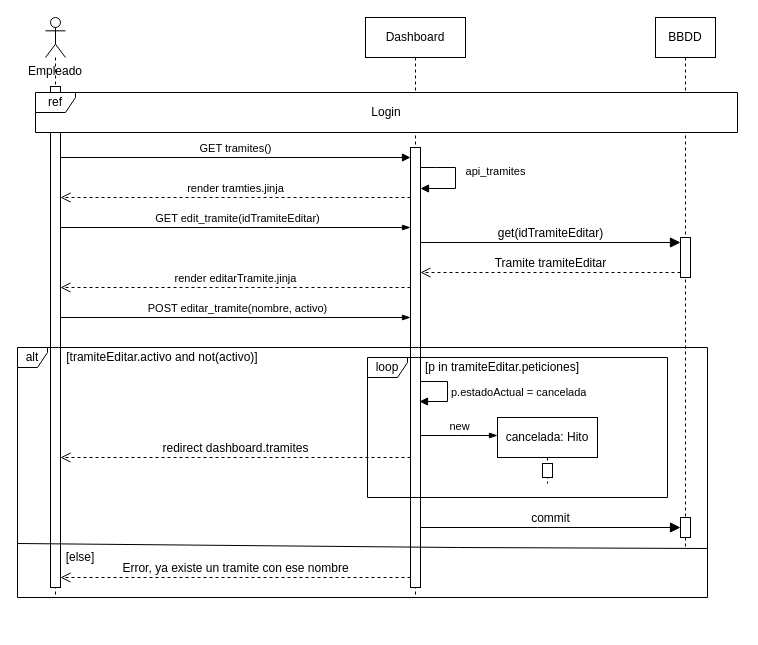
Earlier version of the draw.io diagram page "Secuencia Desactivar Tramite" (15 of 15) of documents/img/diagramas/TFG.drawio (humaral/tfg). Source tidied: cells renumbered, new cells numbered last; positions are measured from the earlier drawing's top-left corner, leaving out a move shared by most shapes. Both pictures are drawn from the tidied source at 100%, with x=0, y=0 at pixel (17, 17).
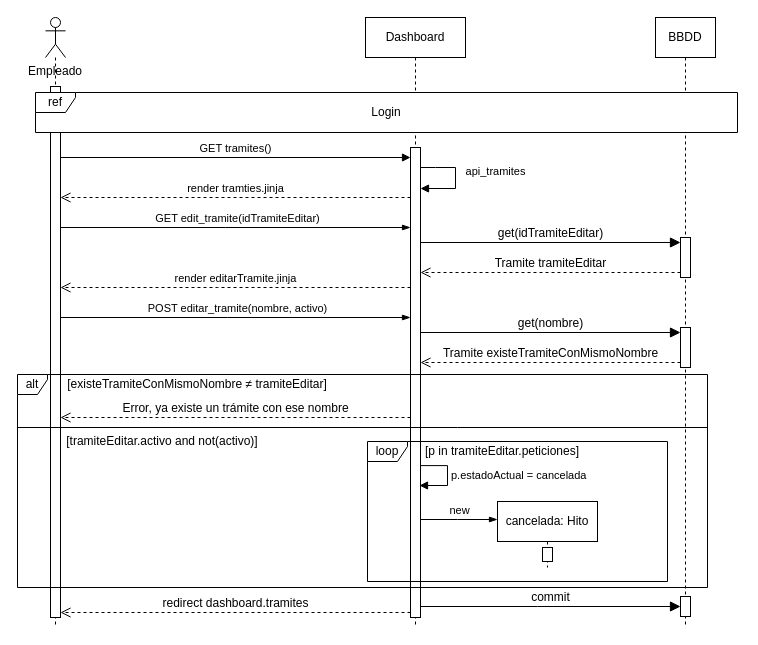
The same page after the edit.

Commit message:
fix diagrama secuencia editar tramite

The edit, as a diff of the source:
```diff
@@
     <mxCell id="2" style="shape=umlLifeline;perimeter=lifelinePerimeter;whiteSpace=wrap;html=1;newEdgeStyle={&quot;curved&quot;:0,&quot;rounded&quot;:0};participant=umlActor;" parent="1" vertex="1">
-      <mxGeometry x="28" width="20" height="580" as="geometry" />
+      <mxGeometry x="28" width="20" height="610" as="geometry" />
     </mxCell>
     <mxCell id="3" style="html=1;points=[[0,0,0,0,5],[0,1,0,0,-5],[1,0,0,0,5],[1,1,0,0,-5]];perimeter=orthogonalPerimeter;outlineConnect=0;targetShapes=umlLifeline;portConstraint=eastwest;newEdgeStyle={&quot;curved&quot;:0,&quot;rounded&quot;:0};" parent="2" vertex="1">
-      <mxGeometry x="5" y="69" width="10" height="501" as="geometry" />
+      <mxGeometry x="5" y="69" width="10" height="531" as="geometry" />
     </mxCell>
     <mxCell id="4" value="Dashboard" style="shape=umlLifeline;perimeter=lifelinePerimeter;whiteSpace=wrap;html=1;newEdgeStyle={&quot;edgeStyle&quot;:&quot;elbowEdgeStyle&quot;,&quot;elbow&quot;:&quot;vertical&quot;,&quot;curved&quot;:0,&quot;rounded&quot;:0};" parent="1" vertex="1">
-      <mxGeometry x="348" width="100" height="580" as="geometry" />
+      <mxGeometry x="348" width="100" height="610" as="geometry" />
     </mxCell>
     <mxCell id="5" style="html=1;points=[[0,0,0,0,5],[0,1,0,0,-5],[1,0,0,0,5],[1,1,0,0,-5]];perimeter=orthogonalPerimeter;outlineConnect=0;targetShapes=umlLifeline;portConstraint=eastwest;newEdgeStyle={&quot;curved&quot;:0,&quot;rounded&quot;:0};" parent="4" vertex="1">
-      <mxGeometry x="45" y="130" width="10" height="440" as="geometry" />
+      <mxGeometry x="45" y="130" width="10" height="470" as="geometry" />
     </mxCell>
@@
     <mxCell id="9" value="BBDD" style="shape=umlLifeline;perimeter=lifelinePerimeter;whiteSpace=wrap;html=1;newEdgeStyle={&quot;curved&quot;:0,&quot;rounded&quot;:0};" parent="1" vertex="1">
-      <mxGeometry x="638" width="60" height="530" as="geometry" />
+      <mxGeometry x="638" width="60" height="610" as="geometry" />
     </mxCell>
@@
+    <mxCell id="37" style="html=1;points=[[0,0,0,0,5],[0,1,0,0,-5],[1,0,0,0,5],[1,1,0,0,-5]];perimeter=orthogonalPerimeter;outlineConnect=0;targetShapes=umlLifeline;portConstraint=eastwest;newEdgeStyle={&quot;curved&quot;:0,&quot;rounded&quot;:0};" parent="9" vertex="1">
+      <mxGeometry x="25" y="310" width="10" height="40" as="geometry" />
+    </mxCell>
+    <mxCell id="38" value="get(nombre)" style="html=1;verticalAlign=bottom;endArrow=block;curved=0;rounded=0;entryX=0;entryY=0;entryDx=0;entryDy=5;fontSize=12;startSize=8;endSize=8;" parent="9" edge="1" target="37">
+      <mxGeometry relative="1" as="geometry">
+        <mxPoint x="-235" y="315" as="sourcePoint" />
+      </mxGeometry>
+    </mxCell>
+    <mxCell id="39" value="Tramite existeTramiteConMismoNombre" style="html=1;verticalAlign=bottom;endArrow=open;dashed=1;endSize=8;curved=0;rounded=0;exitX=0;exitY=1;exitDx=0;exitDy=-5;fontSize=12;" parent="9" edge="1" source="37">
+      <mxGeometry relative="1" as="geometry">
+        <mxPoint x="-235" y="345" as="targetPoint" />
+      </mxGeometry>
+    </mxCell>
@@
     <mxCell id="21" value="alt" style="shape=umlFrame;whiteSpace=wrap;html=1;width=30;height=20;" parent="1" vertex="1">
-      <mxGeometry y="330" width="690" height="250" as="geometry" />
+      <mxGeometry y="357" width="690" height="213" as="geometry" />
     </mxCell>
-    <mxCell id="22" value="[else]" style="text;strokeColor=none;fillColor=none;align=center;verticalAlign=middle;whiteSpace=wrap;" parent="1" vertex="1">
-      <mxGeometry x="8" y="530" width="110" height="20" as="geometry" />
-    </mxCell>
-    <mxCell id="23" value="Error, ya existe un tramite con ese nombre" style="html=1;verticalAlign=bottom;endArrow=open;dashed=1;endSize=8;curved=0;rounded=0;fontSize=12;" parent="1" edge="1" source="5" target="3">
-      <mxGeometry relative="1" as="geometry">
-        <Array as="points">
-          <mxPoint x="250" y="560" />
-        </Array>
-      </mxGeometry>
-    </mxCell>
     <mxCell id="24" value="[tramiteEditar.activo and not(activo)]" style="text;strokeColor=none;fillColor=none;align=center;verticalAlign=middle;whiteSpace=wrap;" parent="1" vertex="1">
-      <mxGeometry x="40" y="330" width="210" height="20" as="geometry" />
+      <mxGeometry x="40" y="414" width="210" height="20" as="geometry" />
     </mxCell>
-    <mxCell id="25" value="commit" style="html=1;verticalAlign=bottom;endArrow=block;curved=0;rounded=0;fontSize=12;startSize=8;endSize=8;" parent="1" edge="1" source="5" target="30">
+    <mxCell id="25" value="commit" style="html=1;verticalAlign=bottom;endArrow=block;curved=0;rounded=0;fontSize=12;startSize=8;endSize=8;" parent="1" edge="1">
       <mxGeometry relative="1" as="geometry">
+        <mxPoint x="403" y="589" as="sourcePoint" />
+        <mxPoint x="663" y="589" as="targetPoint" />
         <Array as="points">
-          <mxPoint x="520" y="510" />
+          <mxPoint x="520" y="589" />
         </Array>
       </mxGeometry>
     </mxCell>
-    <mxCell id="26" style="edgeStyle=elbowEdgeStyle;fontSize=12;html=1;endArrow=none;endFill=0;rounded=0;exitX=0;exitY=0.784;exitDx=0;exitDy=0;exitPerimeter=0;entryX=1;entryY=0.804;entryDx=0;entryDy=0;entryPerimeter=0;" parent="1" edge="1" source="21" target="21">
-      <mxGeometry relative="1" as="geometry">
-        <Array as="points">
-          <mxPoint x="440" y="530" />
-        </Array>
-      </mxGeometry>
-    </mxCell>
-    <mxCell id="27" value="redirect dashboard.tramites" style="html=1;verticalAlign=bottom;endArrow=open;dashed=1;endSize=8;curved=0;rounded=0;fontSize=12;" parent="1" edge="1" source="5" target="3">
+    <mxCell id="27" value="redirect dashboard.tramites" style="html=1;verticalAlign=bottom;endArrow=open;dashed=1;endSize=8;curved=0;rounded=0;fontSize=12;" parent="1" edge="1">
       <mxGeometry relative="1" as="geometry">
+        <mxPoint x="393" y="595" as="sourcePoint" />
+        <mxPoint x="43" y="595" as="targetPoint" />
         <Array as="points">
-          <mxPoint x="240" y="440" />
+          <mxPoint x="240" y="595" />
         </Array>
       </mxGeometry>
     </mxCell>
     <mxCell id="28" value="loop" style="shape=umlFrame;whiteSpace=wrap;html=1;width=40;height=20;" parent="1" vertex="1">
-      <mxGeometry x="350" y="340" width="300" height="140" as="geometry" />
+      <mxGeometry x="350" y="424" width="300" height="140" as="geometry" />
     </mxCell>
     <mxCell id="29" value="[p in tramiteEditar.peticiones]" style="text;strokeColor=none;fillColor=none;align=center;verticalAlign=middle;whiteSpace=wrap;" parent="1" vertex="1">
-      <mxGeometry x="380" y="340" width="210" height="20" as="geometry" />
+      <mxGeometry x="380" y="424" width="210" height="20" as="geometry" />
     </mxCell>
     <mxCell id="30" style="html=1;points=[[0,0,0,0,5],[0,1,0,0,-5],[1,0,0,0,5],[1,1,0,0,-5]];perimeter=orthogonalPerimeter;outlineConnect=0;targetShapes=umlLifeline;portConstraint=eastwest;newEdgeStyle={&quot;curved&quot;:0,&quot;rounded&quot;:0};" parent="1" vertex="1">
-      <mxGeometry x="663" y="500" width="10" height="20" as="geometry" />
+      <mxGeometry x="663" y="579" width="10" height="20" as="geometry" />
     </mxCell>
     <mxCell id="31" style="edgeStyle=elbowEdgeStyle;fontSize=12;html=1;endArrow=blockThin;endFill=1;rounded=0;" parent="1" edge="1">
       <mxGeometry relative="1" as="geometry">
-        <mxPoint x="403" y="418" as="sourcePoint" />
-        <mxPoint x="480" y="418" as="targetPoint" />
+        <mxPoint x="403" y="502" as="sourcePoint" />
+        <mxPoint x="480" y="502" as="targetPoint" />
         <Array as="points">
-          <mxPoint x="440" y="438" />
+          <mxPoint x="440" y="522" />
         </Array>
       </mxGeometry>
     </mxCell>
@@
-    <mxCell id="33" style="edgeStyle=none;rounded=0;orthogonalLoop=1;jettySize=auto;html=1;curved=0;exitX=0;exitY=0;exitDx=0;exitDy=5;exitPerimeter=0;" parent="1" edge="1">
-      <mxGeometry relative="1" as="geometry">
-        <mxPoint x="715" y="585" as="sourcePoint" />
-        <mxPoint x="715" y="585" as="targetPoint" />
-      </mxGeometry>
-    </mxCell>
     <mxCell id="34" value="cancelada: Hito" style="shape=umlLifeline;perimeter=lifelinePerimeter;whiteSpace=wrap;html=1;newEdgeStyle={&quot;curved&quot;:0,&quot;rounded&quot;:0};" parent="1" vertex="1">
-      <mxGeometry x="480" y="400" width="100" height="66" as="geometry" />
+      <mxGeometry x="480" y="484" width="100" height="66" as="geometry" />
     </mxCell>
@@
-    <mxCell id="36" value="p.estadoActual = cancelada" style="html=1;align=left;spacingLeft=2;endArrow=block;rounded=0;edgeStyle=orthogonalEdgeStyle;curved=0;rounded=0;" parent="1" edge="1" source="5">
+    <mxCell id="36" value="p.estadoActual = cancelada" style="html=1;align=left;spacingLeft=2;endArrow=block;rounded=0;edgeStyle=orthogonalEdgeStyle;curved=0;rounded=0;" parent="1" edge="1">
       <mxGeometry relative="1" as="geometry">
-        <mxPoint x="402" y="384" as="targetPoint" />
+        <mxPoint x="403" y="448.1" as="sourcePoint" />
+        <mxPoint x="402" y="468" as="targetPoint" />
         <Array as="points">
-          <mxPoint x="430" y="364" />
-          <mxPoint x="430" y="384" />
+          <mxPoint x="430" y="448" />
+          <mxPoint x="430" y="468" />
         </Array>
       </mxGeometry>
     </mxCell>
+    <mxCell id="40" style="edgeStyle=elbowEdgeStyle;fontSize=12;html=1;endArrow=none;endFill=0;rounded=0;exitX=0;exitY=0.784;exitDx=0;exitDy=0;exitPerimeter=0;entryX=1;entryY=0.851;entryDx=0;entryDy=0;entryPerimeter=0;" parent="1" edge="1">
+      <mxGeometry relative="1" as="geometry">
+        <mxPoint y="410" as="sourcePoint" />
+        <mxPoint x="690" y="410" as="targetPoint" />
+        <Array as="points">
+          <mxPoint x="440" y="414" />
+        </Array>
+      </mxGeometry>
+    </mxCell>
+    <mxCell id="41" value="[existeTramiteConMismoNombre ≠ tramiteEditar]" style="text;strokeColor=none;fillColor=none;align=center;verticalAlign=middle;whiteSpace=wrap;" parent="1" vertex="1">
+      <mxGeometry x="40" y="357" width="280" height="20" as="geometry" />
+    </mxCell>
+    <mxCell id="42" value="Error, ya existe un trámite con ese nombre" style="html=1;verticalAlign=bottom;endArrow=open;dashed=1;endSize=8;curved=0;rounded=0;fontSize=12;" parent="1" edge="1">
+      <mxGeometry relative="1" as="geometry">
+        <mxPoint x="393" y="400" as="sourcePoint" />
+        <mxPoint x="43" y="400" as="targetPoint" />
+      </mxGeometry>
+    </mxCell>
```
